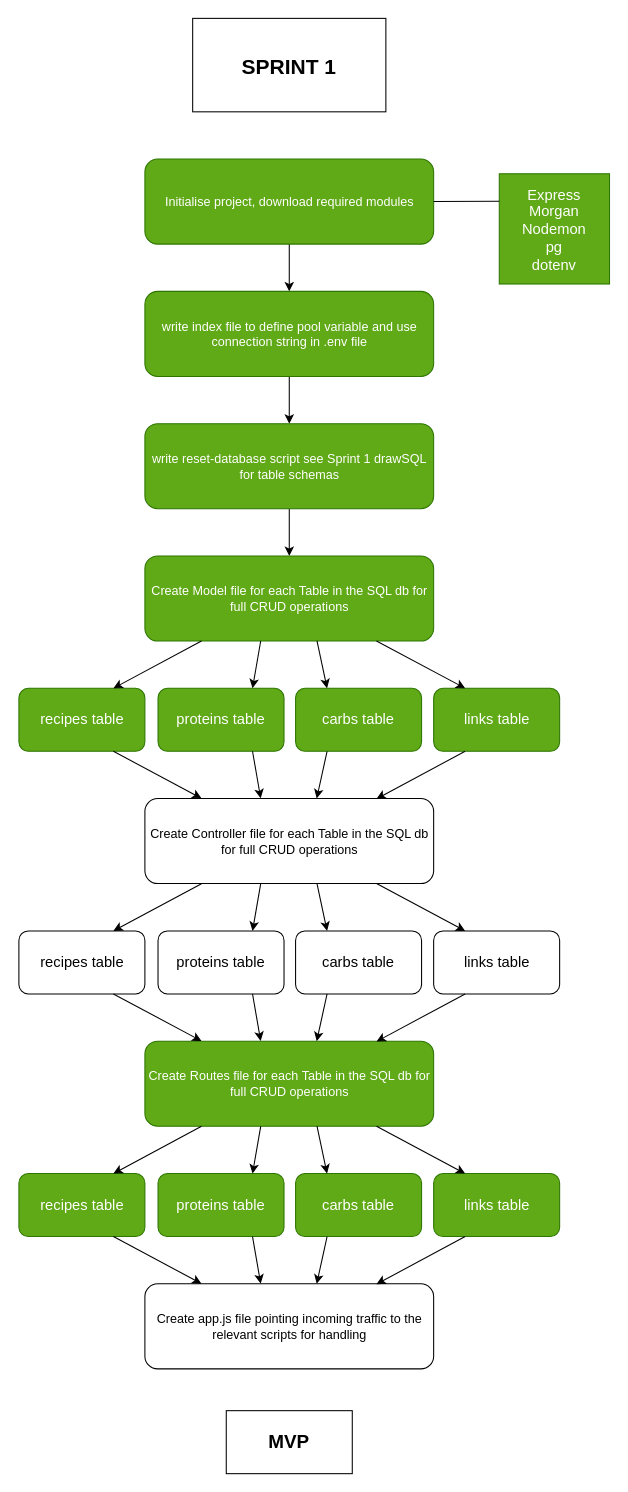
The draw.io diagram plan/Sprint 1 coding.drawio in adamhale-exe/Winner-Dinner, before the edit. Source tidied: cells renumbered, new cells numbered last; positions are measured from the earlier drawing's top-left corner, leaving out a move shared by most shapes. Both pictures are drawn from the tidied source at 105%, with x=0, y=0 at pixel (19, 18).
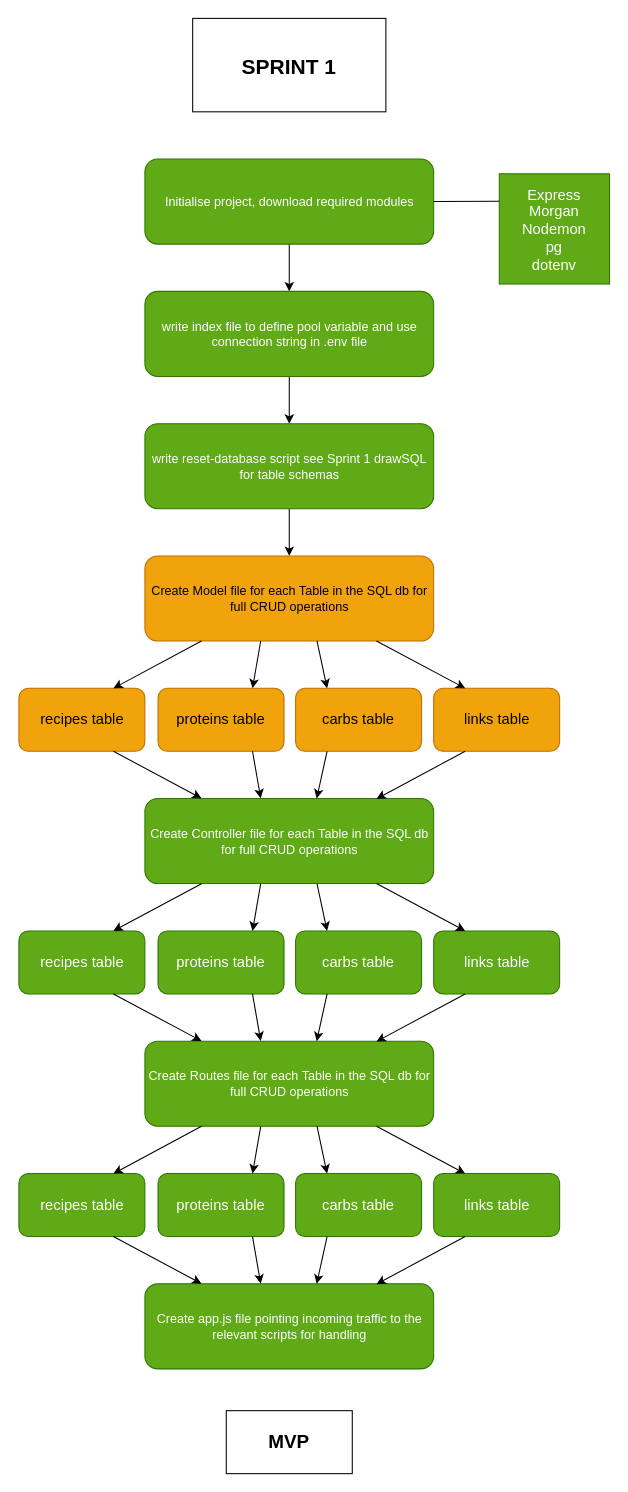
The same diagram, later.

Commit message:
updated plan, model files still to be done

Change to the diagram source:
```diff
@@
-    <mxCell id="11" value="Create Model file for each Table in the SQL db for full CRUD operations" style="rounded=1;whiteSpace=wrap;html=1;fillColor=#60a917;fontColor=#ffffff;strokeColor=#2D7600;" parent="1" vertex="1">
+    <mxCell id="11" value="Create Model file for each Table in the SQL db for full CRUD operations" style="rounded=1;whiteSpace=wrap;html=1;fillColor=#f0a30a;fontColor=#000000;strokeColor=#BD7000;" parent="1" vertex="1">
       <mxGeometry x="119.5" y="512" width="275" height="81" as="geometry" />
     </mxCell>
-    <mxCell id="12" value="recipes table" style="rounded=1;whiteSpace=wrap;html=1;fontSize=14;fillColor=#60a917;fontColor=#ffffff;strokeColor=#2D7600;" parent="1" vertex="1">
+    <mxCell id="12" value="recipes table" style="rounded=1;whiteSpace=wrap;html=1;fontSize=14;fillColor=#f0a30a;fontColor=#000000;strokeColor=#BD7000;" parent="1" vertex="1">
       <mxGeometry x="-0.5" y="638" width="120" height="60" as="geometry" />
     </mxCell>
-    <mxCell id="13" value="proteins table" style="rounded=1;whiteSpace=wrap;html=1;fontSize=14;fillColor=#60a917;fontColor=#ffffff;strokeColor=#2D7600;" parent="1" vertex="1">
+    <mxCell id="13" value="proteins table" style="rounded=1;whiteSpace=wrap;html=1;fontSize=14;fillColor=#f0a30a;fontColor=#000000;strokeColor=#BD7000;" parent="1" vertex="1">
       <mxGeometry x="132" y="638" width="120" height="60" as="geometry" />
     </mxCell>
-    <mxCell id="14" value="carbs table" style="rounded=1;whiteSpace=wrap;html=1;fontSize=14;fillColor=#60a917;fontColor=#ffffff;strokeColor=#2D7600;" parent="1" vertex="1">
+    <mxCell id="14" value="carbs table" style="rounded=1;whiteSpace=wrap;html=1;fontSize=14;fillColor=#f0a30a;fontColor=#000000;strokeColor=#BD7000;" parent="1" vertex="1">
       <mxGeometry x="263" y="638" width="120" height="60" as="geometry" />
     </mxCell>
-    <mxCell id="15" value="links table" style="rounded=1;whiteSpace=wrap;html=1;fontSize=14;fillColor=#60a917;fontColor=#ffffff;strokeColor=#2D7600;" parent="1" vertex="1">
+    <mxCell id="15" value="links table" style="rounded=1;whiteSpace=wrap;html=1;fontSize=14;fillColor=#f0a30a;fontColor=#000000;strokeColor=#BD7000;" parent="1" vertex="1">
       <mxGeometry x="394.5" y="638" width="120" height="60" as="geometry" />
     </mxCell>
@@
-    <mxCell id="20" value="Create Controller file for each Table in the SQL db for full CRUD operations" style="rounded=1;whiteSpace=wrap;html=1;" parent="1" vertex="1">
+    <mxCell id="20" value="Create Controller file for each Table in the SQL db for full CRUD operations" style="rounded=1;whiteSpace=wrap;html=1;fillColor=#60a917;fontColor=#ffffff;strokeColor=#2D7600;" parent="1" vertex="1">
       <mxGeometry x="119.5" y="743" width="275" height="81" as="geometry" />
     </mxCell>
@@
-    <mxCell id="25" value="recipes table" style="rounded=1;whiteSpace=wrap;html=1;fontSize=14;" parent="1" vertex="1">
+    <mxCell id="25" value="recipes table" style="rounded=1;whiteSpace=wrap;html=1;fontSize=14;fillColor=#60a917;fontColor=#ffffff;strokeColor=#2D7600;" parent="1" vertex="1">
       <mxGeometry x="-0.5" y="869.1" width="120" height="60" as="geometry" />
     </mxCell>
-    <mxCell id="26" value="proteins table" style="rounded=1;whiteSpace=wrap;html=1;fontSize=14;" parent="1" vertex="1">
+    <mxCell id="26" value="proteins table" style="rounded=1;whiteSpace=wrap;html=1;fontSize=14;fillColor=#60a917;fontColor=#ffffff;strokeColor=#2D7600;" parent="1" vertex="1">
       <mxGeometry x="132" y="869.1" width="120" height="60" as="geometry" />
     </mxCell>
-    <mxCell id="27" value="carbs table" style="rounded=1;whiteSpace=wrap;html=1;fontSize=14;" parent="1" vertex="1">
+    <mxCell id="27" value="carbs table" style="rounded=1;whiteSpace=wrap;html=1;fontSize=14;fillColor=#60a917;fontColor=#ffffff;strokeColor=#2D7600;" parent="1" vertex="1">
       <mxGeometry x="263" y="869.1" width="120" height="60" as="geometry" />
     </mxCell>
-    <mxCell id="28" value="links table" style="rounded=1;whiteSpace=wrap;html=1;fontSize=14;" parent="1" vertex="1">
+    <mxCell id="28" value="links table" style="rounded=1;whiteSpace=wrap;html=1;fontSize=14;fillColor=#60a917;fontColor=#ffffff;strokeColor=#2D7600;" parent="1" vertex="1">
       <mxGeometry x="394.5" y="869.1" width="120" height="60" as="geometry" />
     </mxCell>
@@
-    <mxCell id="46" value="Create app.js file pointing incoming traffic to the relevant scripts for handling" style="rounded=1;whiteSpace=wrap;html=1;" parent="1" vertex="1">
+    <mxCell id="46" value="Create app.js file pointing incoming traffic to the relevant scripts for handling" style="rounded=1;whiteSpace=wrap;html=1;fillColor=#60a917;fontColor=#ffffff;strokeColor=#2D7600;" parent="1" vertex="1">
       <mxGeometry x="119.5" y="1205.2" width="275" height="81" as="geometry" />
     </mxCell>
```
